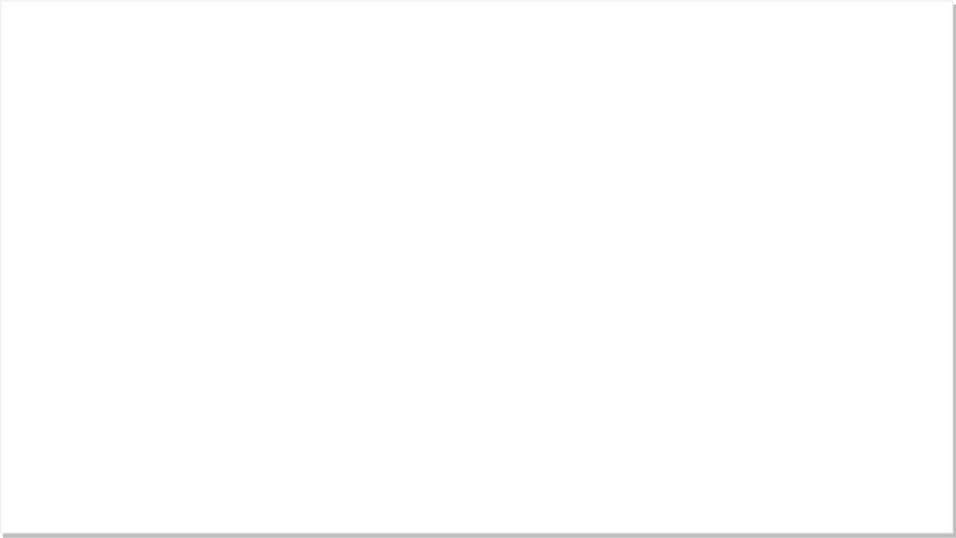
Earlier version of the draw.io export 02-components-and-props/project_showcase/src/components-diagram.drawio.svg (learn-co-students/SENG-LIVE-031422-phase-2). Source tidied: cells renumbered, new cells last; positions are measured from the earlier drawing's top-left corner, leaving out a move shared by most shapes.
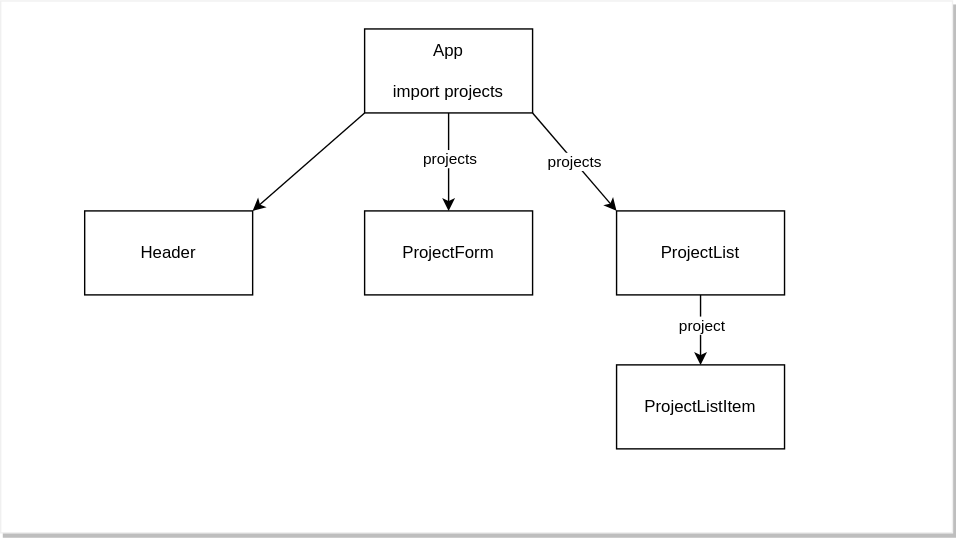
The same diagram one commit later.

Diff of the diagram source:
```diff
@@ -11,5 +11,38 @@
     <mxCell id="4" style="shape=partialRectangle;html=1;whiteSpace=wrap;overflow=hidden;fillColor=none;top=0;left=0;bottom=0;right=0;" parent="3" vertex="1">
       <mxGeometry width="680" height="380" as="geometry" />
     </mxCell>
+    <mxCell id="5" style="edgeStyle=none;html=1;" parent="1" edge="1" source="7" target="9">
+      <mxGeometry relative="1" as="geometry" />
+    </mxCell>
+    <mxCell id="6" value="projects" style="edgeLabel;html=1;align=center;verticalAlign=middle;" parent="5" vertex="1">
+      <mxGeometry x="-0.07" relative="1" as="geometry" />
+    </mxCell>
+    <mxCell id="7" value="App&lt;br&gt;&lt;br&gt;import projects" style="rounded=0;whiteSpace=wrap;html=1;" parent="1" vertex="1">
+      <mxGeometry x="260" y="20" width="120" height="60" as="geometry" />
+    </mxCell>
+    <mxCell id="8" value="Header" style="rounded=0;whiteSpace=wrap;html=1;" parent="1" vertex="1">
+      <mxGeometry x="60" y="150" width="120" height="60" as="geometry" />
+    </mxCell>
+    <mxCell id="9" value="ProjectForm" style="rounded=0;whiteSpace=wrap;html=1;" parent="1" vertex="1">
+      <mxGeometry x="260" y="150" width="120" height="60" as="geometry" />
+    </mxCell>
+    <mxCell id="10" style="edgeStyle=none;html=1;" parent="1" edge="1" source="12" target="13">
+      <mxGeometry relative="1" as="geometry" />
+    </mxCell>
+    <mxCell id="11" value="project" style="edgeLabel;html=1;align=center;verticalAlign=middle;" parent="10" vertex="1">
+      <mxGeometry x="-0.14" relative="1" as="geometry" />
+    </mxCell>
+    <mxCell id="12" value="ProjectList" style="rounded=0;whiteSpace=wrap;html=1;" parent="1" vertex="1">
+      <mxGeometry x="440" y="150" width="120" height="60" as="geometry" />
+    </mxCell>
+    <mxCell id="13" value="ProjectListItem" style="rounded=0;whiteSpace=wrap;html=1;" parent="1" vertex="1">
+      <mxGeometry x="440" y="260" width="120" height="60" as="geometry" />
+    </mxCell>
+    <mxCell id="14" style="endArrow=classic;html=1;entryX=1;entryY=0;entryDx=0;entryDy=0;exitX=0;exitY=1;exitDx=0;exitDy=0;" parent="1" edge="1" source="7" target="8">
+      <mxGeometry relative="1" as="geometry" />
+    </mxCell>
+    <mxCell id="15" value="projects" style="endArrow=classic;html=1;entryX=0;entryY=0;entryDx=0;entryDy=0;exitX=1;exitY=1;exitDx=0;exitDy=0;" parent="1" edge="1" source="7" target="12">
+      <mxGeometry relative="1" as="geometry" />
+    </mxCell>
   </root>
 </mxGraphModel>
```
